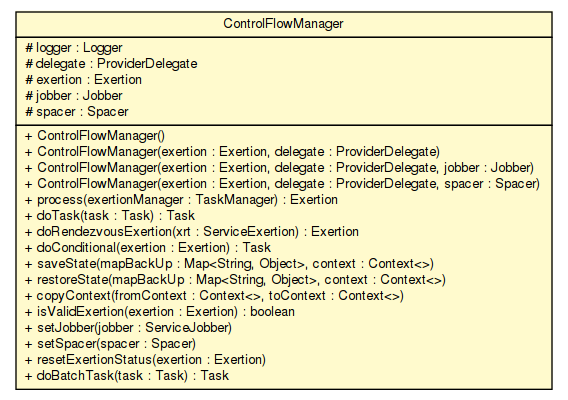
The Graphviz diagram apidocs/sorcer/core/provider/ControlFlowManager.png in sorcersoft/sorcersoft.github.io, before a commit. Its source is kept beside it as apidocs/sorcer/core/provider/ControlFlowManager.dot.
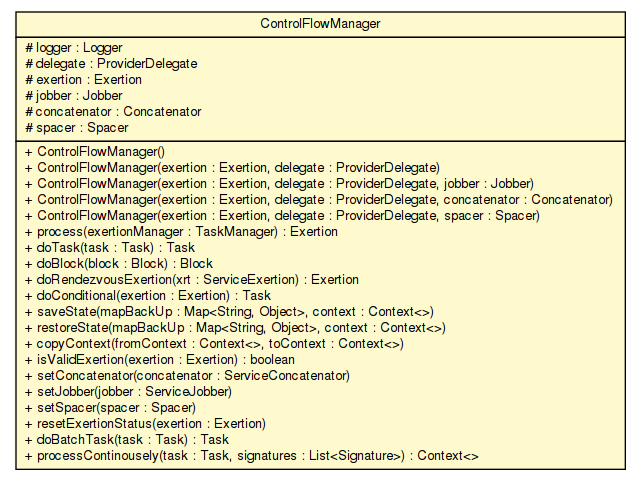
After the commit.

What changed in the source:
```diff
@@ -4,7 +4,7 @@
 	node [fontname="Helvetica",fontsize=10,shape=plaintext];
 	nodesep=0.25;
 	ranksep=0.5;
-	c112580 [label=<<table title="sorcer.core.provider.ControlFlowManager" border="0" cellborder="1" cellspacing="0" cellpadding="2" port="p" bgcolor="lemonChiffon" href="./ControlFlowManager.html">
+	c156476 [label=<<table title="sorcer.core.provider.ControlFlowManager" border="0" cellborder="1" cellspacing="0" cellpadding="2" port="p" bgcolor="lemonChiffon" href="./ControlFlowManager.html">
 		<tr><td><table border="0" cellspacing="0" cellpadding="1">
 <tr><td align="center" balign="center"> ControlFlowManager </td></tr>
 		</table></td></tr>
@@ -13,25 +13,30 @@
 <tr><td align="left" balign="left"> # delegate : ProviderDelegate </td></tr>
 <tr><td align="left" balign="left"> # exertion : Exertion </td></tr>
 <tr><td align="left" balign="left"> # jobber : Jobber </td></tr>
+<tr><td align="left" balign="left"> # concatenator : Concatenator </td></tr>
 <tr><td align="left" balign="left"> # spacer : Spacer </td></tr>
 		</table></td></tr>
 		<tr><td><table border="0" cellspacing="0" cellpadding="1">
 <tr><td align="left" balign="left"> + ControlFlowManager() </td></tr>
 <tr><td align="left" balign="left"> + ControlFlowManager(exertion : Exertion, delegate : ProviderDelegate) </td></tr>
 <tr><td align="left" balign="left"> + ControlFlowManager(exertion : Exertion, delegate : ProviderDelegate, jobber : Jobber) </td></tr>
+<tr><td align="left" balign="left"> + ControlFlowManager(exertion : Exertion, delegate : ProviderDelegate, concatenator : Concatenator) </td></tr>
 <tr><td align="left" balign="left"> + ControlFlowManager(exertion : Exertion, delegate : ProviderDelegate, spacer : Spacer) </td></tr>
 <tr><td align="left" balign="left"> + process(exertionManager : TaskManager) : Exertion </td></tr>
 <tr><td align="left" balign="left"> + doTask(task : Task) : Task </td></tr>
+<tr><td align="left" balign="left"> + doBlock(block : Block) : Block </td></tr>
 <tr><td align="left" balign="left"> + doRendezvousExertion(xrt : ServiceExertion) : Exertion </td></tr>
 <tr><td align="left" balign="left"> + doConditional(exertion : Exertion) : Task </td></tr>
 <tr><td align="left" balign="left"> + saveState(mapBackUp : Map&lt;String, Object&gt;, context : Context&lt;&gt;) </td></tr>
 <tr><td align="left" balign="left"> + restoreState(mapBackUp : Map&lt;String, Object&gt;, context : Context&lt;&gt;) </td></tr>
 <tr><td align="left" balign="left"> + copyContext(fromContext : Context&lt;&gt;, toContext : Context&lt;&gt;) </td></tr>
 <tr><td align="left" balign="left"> + isValidExertion(exertion : Exertion) : boolean </td></tr>
+<tr><td align="left" balign="left"> + setConcatenator(concatenator : ServiceConcatenator) </td></tr>
 <tr><td align="left" balign="left"> + setJobber(jobber : ServiceJobber) </td></tr>
 <tr><td align="left" balign="left"> + setSpacer(spacer : Spacer) </td></tr>
 <tr><td align="left" balign="left"> + resetExertionStatus(exertion : Exertion) </td></tr>
 <tr><td align="left" balign="left"> + doBatchTask(task : Task) : Task </td></tr>
+<tr><td align="left" balign="left"> + processContinousely(task : Task, signatures : List&lt;Signature&gt;) : Context&lt;&gt; </td></tr>
 		</table></td></tr>
 		</table>>, URL="./ControlFlowManager.html", fontname="Helvetica", fontcolor="black", fontsize=10.0];
 }
```
